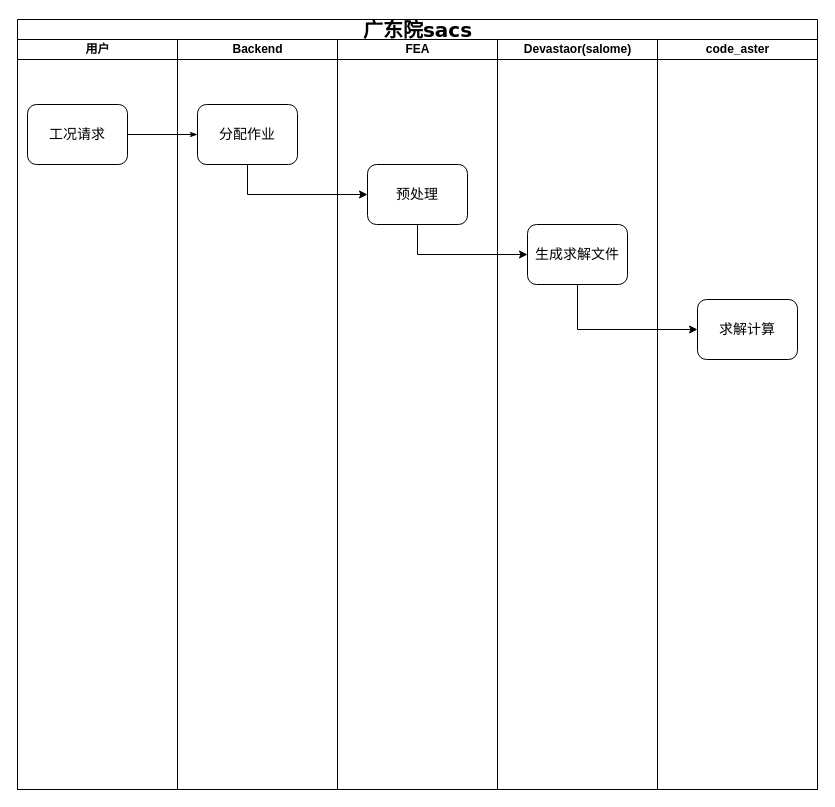
Harekaze-Misakiakeno/uml keeps this draw.io diagram as gdy_流程.drawio. Above is the earlier version. Source tidied: cells renumbered, new cells numbered last; positions are measured from the earlier drawing's top-left corner, leaving out a move shared by most shapes. Both pictures are drawn from the tidied source at 100%, with x=0, y=0 at pixel (17, 19).
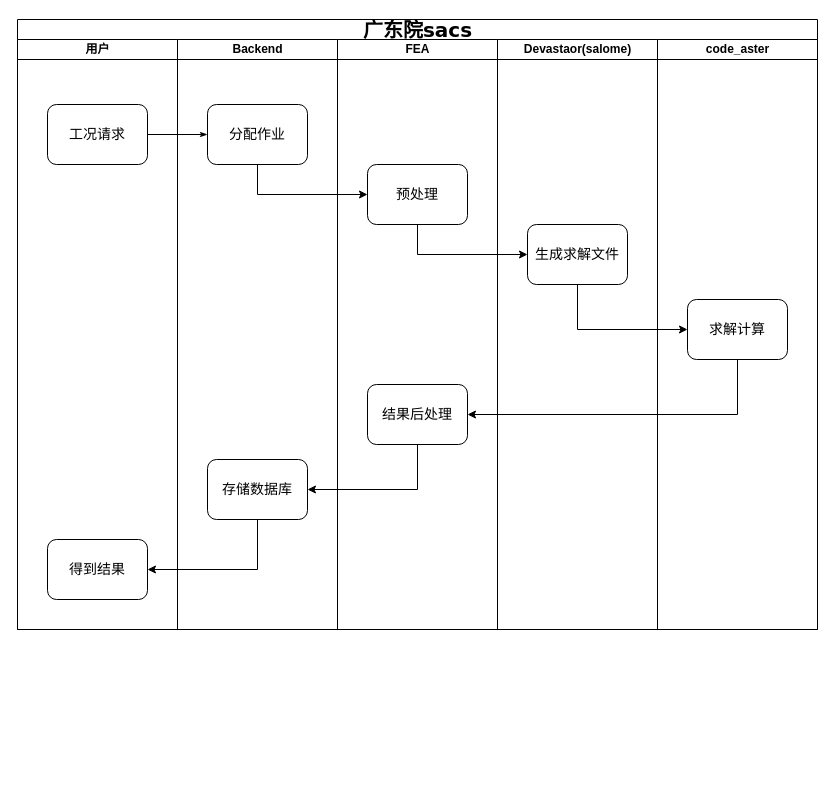
The same diagram, later.

Diff of the diagram source:
```diff
@@
     <mxCell id="2" value="&lt;font style=&quot;font-size: 20px;&quot;&gt;广东院sacs&lt;/font&gt;" style="swimlane;html=1;startSize=20;rounded=0;shadow=0;labelBackgroundColor=none;strokeWidth=1;fontFamily=Verdana;fontSize=8;align=center;" parent="1" vertex="1">
-      <mxGeometry width="800" height="770" as="geometry" />
+      <mxGeometry width="800" height="610" as="geometry" />
     </mxCell>
     <mxCell id="3" value="用户" style="swimlane;html=1;startSize=20;" parent="2" vertex="1">
-      <mxGeometry y="20" width="160" height="750" as="geometry" />
+      <mxGeometry y="20" width="160" height="590" as="geometry" />
     </mxCell>
     <mxCell id="4" value="工况请求" style="rounded=1;whiteSpace=wrap;html=1;shadow=0;labelBackgroundColor=none;strokeWidth=1;fontFamily=Verdana;fontSize=14;align=center;" parent="3" vertex="1">
-      <mxGeometry x="10" y="65" width="100" height="60" as="geometry" />
+      <mxGeometry x="30" y="65" width="100" height="60" as="geometry" />
     </mxCell>
+    <mxCell id="17" value="得到结果" style="rounded=1;whiteSpace=wrap;html=1;shadow=0;labelBackgroundColor=none;strokeWidth=1;fontFamily=Verdana;fontSize=14;align=center;" parent="3" vertex="1">
+      <mxGeometry x="30" y="500" width="100" height="60" as="geometry" />
+    </mxCell>
@@
     <mxCell id="6" value="Backend" style="swimlane;html=1;startSize=20;" parent="2" vertex="1">
-      <mxGeometry x="160" y="20" width="160" height="750" as="geometry" />
+      <mxGeometry x="160" y="20" width="160" height="590" as="geometry" />
     </mxCell>
     <mxCell id="7" value="分配作业" style="rounded=1;whiteSpace=wrap;html=1;shadow=0;labelBackgroundColor=none;strokeWidth=1;fontFamily=Verdana;fontSize=14;align=center;" parent="6" vertex="1">
-      <mxGeometry x="20" y="65" width="100" height="60" as="geometry" />
+      <mxGeometry x="30" y="65" width="100" height="60" as="geometry" />
     </mxCell>
+    <mxCell id="18" value="存储数据库" style="rounded=1;whiteSpace=wrap;html=1;shadow=0;labelBackgroundColor=none;strokeWidth=1;fontFamily=Verdana;fontSize=14;align=center;" parent="6" vertex="1">
+      <mxGeometry x="30" y="420" width="100" height="60" as="geometry" />
+    </mxCell>
     <mxCell id="8" value="FEA" style="swimlane;html=1;startSize=20;" parent="2" vertex="1">
-      <mxGeometry x="320" y="20" width="160" height="750" as="geometry" />
+      <mxGeometry x="320" y="20" width="160" height="590" as="geometry" />
     </mxCell>
@@
+    <mxCell id="19" value="结果后处理" style="rounded=1;whiteSpace=wrap;html=1;shadow=0;labelBackgroundColor=none;strokeWidth=1;fontFamily=Verdana;fontSize=14;align=center;" parent="8" vertex="1">
+      <mxGeometry x="30" y="345" width="100" height="60" as="geometry" />
+    </mxCell>
     <mxCell id="10" value="Devastaor(salome)" style="swimlane;html=1;startSize=20;" parent="2" vertex="1">
-      <mxGeometry x="480" y="20" width="160" height="750" as="geometry" />
+      <mxGeometry x="480" y="20" width="160" height="590" as="geometry" />
     </mxCell>
@@
     <mxCell id="12" value="code_aster" style="swimlane;html=1;startSize=20;" parent="2" vertex="1">
-      <mxGeometry x="640" y="20" width="160" height="750" as="geometry" />
+      <mxGeometry x="640" y="20" width="160" height="590" as="geometry" />
     </mxCell>
     <mxCell id="13" value="求解计算" style="rounded=1;whiteSpace=wrap;html=1;shadow=0;labelBackgroundColor=none;strokeWidth=1;fontFamily=Verdana;fontSize=14;align=center;" parent="12" vertex="1">
-      <mxGeometry x="40" y="260" width="100" height="60" as="geometry" />
+      <mxGeometry x="30" y="260" width="100" height="60" as="geometry" />
     </mxCell>
@@
+    <mxCell id="20" style="edgeStyle=orthogonalEdgeStyle;rounded=0;jettySize=auto;html=1;entryX=1;entryY=0.5;entryDx=0;entryDy=0;exitX=0.5;exitY=1;exitDx=0;exitDy=0;" parent="2" edge="1" source="13" target="19">
+      <mxGeometry relative="1" as="geometry" />
+    </mxCell>
+    <mxCell id="21" style="edgeStyle=orthogonalEdgeStyle;rounded=0;jettySize=auto;html=1;entryX=1;entryY=0.5;entryDx=0;entryDy=0;exitX=0.5;exitY=1;exitDx=0;exitDy=0;" parent="2" edge="1" source="19" target="18">
+      <mxGeometry relative="1" as="geometry" />
+    </mxCell>
+    <mxCell id="22" style="edgeStyle=orthogonalEdgeStyle;rounded=0;jettySize=auto;html=1;entryX=1;entryY=0.5;entryDx=0;entryDy=0;exitX=0.5;exitY=1;exitDx=0;exitDy=0;" parent="2" edge="1" source="18" target="17">
+      <mxGeometry relative="1" as="geometry" />
+    </mxCell>
```
